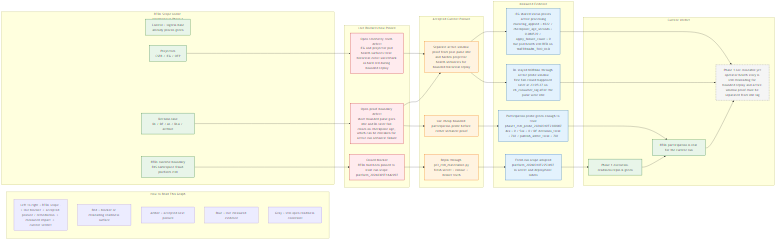
This is docs/design/platform/dev_full/graph/readiness/dev_full_rtdl_readiness_delta_current_v0.mermaid.png from EsosaOrumwese/fraud-detection-system, a Mermaid export, as it was before one commit. Its source is kept beside it as docs/design/platform/dev_full/graph/readiness/dev_full_rtdl_readiness_delta_current_v0.mermaid.mmd.
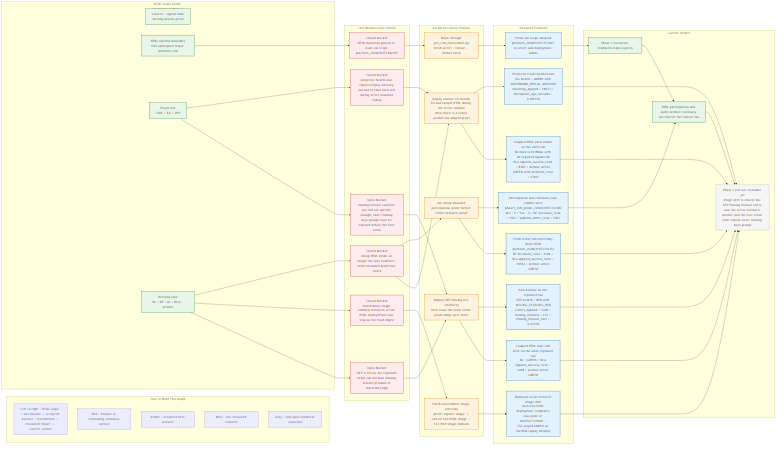
Later version of the same file.

Commit message:
Stabilize RTDL repins and expose OFP missing keys

The edit, as a diff of the source:
```diff
@@ -22,47 +22,70 @@
 
   subgraph BLOCKERS["Live Blockers Now Pinned"]
     B1["Closed blocker<br>RTDL had been pinned to stale run scope platform_20260309T164209Z"]
-    B2["Open telemetry-truth defect<br>IEG and projector pod health surfaces treat historical event watermark as hard red during bounded replay"]
-    B3["Open proof-boundary defect<br>short bounded pulse goes idle and DL later fail-closes on checkpoint age, which can be mistaken for active-run semantic failure"]
+    B2["Closed blocker<br>projector health now reports replay advisory instead of false hard red during active bounded replay"]
+    B3["Closed blocker<br>cheap RTDL probe no longer the only evidence; richer bounded proof now exists"]
+    B4["Closed blocker<br>materializer image rollback removed; active RTDL deployments now stay on the fixed digest"]
+    B5["Open blocker<br>OFP is red on the repinned richer run because missing feature pressure is materially high"]
+    B6["Open blocker<br>missing-feature counters are still not specific enough; exact missing keys/groups must be exposed before the next rerun"]
   end
 
   subgraph POSTURE["Accepted Current Posture"]
     P1["Repin through pr3_rtdl_materialize.py<br>fresh secret + rollout + broker truth"]
     P2["Use cheap bounded participation probe before richer semantic proof"]
-    P3["Separate active-window proof from post-pulse idle<br>and harden projector health semantics for bounded historical replay"]
+    P3["Deploy narrow IEG health fix and sample RTDL during the active window<br>then move to a richer production-shaped proof"]
+    P4["Patch materializer image selection<br>prefer explicit image -> current live RTDL image -> ECS WSP image fallback"]
+    P5["Deploy OFP missing-key telemetry<br>then rerun the same richer proof shape once more"]
   end
 
   subgraph EVIDENCE["Measured Evidence"]
     E1["Fresh run scope adopted<br>platform_20260310T225349Z in secret and deployment labels"]
-    E2["Participation probe green enough to trust<br>phase1_rtdl_probe_20260310T230000Z<br>4xx = 0 / 5xx = 0 / DF decisions_total = 702 / publish_admit_total = 702"]
-    E3["IEG shared status proves active processing<br>mutating_applied = 6922 / checkpoint_age_seconds = 0.080539 / apply_failure_count = 0<br>but pod health still RED on WATERMARK_TOO_OLD"]
-    E4["DL stayed NORMAL through active probe window<br>first fail-closed happened later at 23:05:27 on eb_consumer_lag after the pulse went idle"]
+    E2["Participation and continuity now visible twice<br>phase1_rtdl_probe_20260310T231740Z<br>4xx = 0 / 5xx = 0 / DF decisions_total = 5422 / publish_admit_total = 5422"]
+    E3["Projector truth repaired live<br>IEG health = AMBER with WATERMARK_REPLAY_ADVISORY<br>mutating_applied = 18253 / checkpoint_age_seconds = 0.091156"]
+    E4["Coupled RTDL path visible on the same run<br>DL back to NORMAL with all required signals OK<br>DLA append_success_total = 8182 / archive writer GREEN with archived_total = 17417"]
+    E5["Fresh richer run materially drove RTDL<br>platform_20260310T232635Z<br>DF decisions_total = 3106 / DLA append_success_total = 10543 / archive writer GREEN"]
+    E6["Repinned rerun removed image drift<br>all active RTDL deployment templates now point at sha256:7ccddd2...<br>IEG stayed AMBER on truthful replay advisory"]
+    E7["New blocker on the repinned run<br>OFP health = RED with MISSING_FEATURES_RED<br>events_applied = 5208 / missing_features = 152 / missing_feature_rate = 0.02918"]
+    E8["Coupled RTDL lane still alive on the same repinned run<br>DL = GREEN / DLA append_success_total = 2494 / archive writer GREEN"]
   end
 
   subgraph VERDICT["Current Verdict"]
     V1["Phase 1 execution-readiness repin is green"]
-    V2["RTDL participation is real for the current run"]
-    V3["Phase 1 not closeable yet<br>operator health story is still misleading for bounded replay and active-window proof must be separated from idle lag"]
+    V2["RTDL participation and audit/archive continuity are real for the current run"]
+    V3["Phase 1 still not closeable yet<br>image-drift is closed, but OFP missing-feature red is now the active semantic blocker and the next rerun must expose exact missing keys/groups"]
   end
 
   C1 --> B1
   C2 --> B2
   C3 --> B3
+  C3 --> B4
+  C3 --> B5
+  C2 --> B6
 
   B1 --> P1
   B2 --> P3
   B3 --> P2
   B3 --> P3
+  B4 --> P4
+  B5 --> P5
+  B6 --> P5
 
   P1 --> E1
   P2 --> E2
   P3 --> E3
   P3 --> E4
+  P2 --> E5
+  P4 --> E6
+  P5 --> E7
+  P5 --> E8
 
   E1 --> V1
   E2 --> V2
   E3 --> V3
   E4 --> V3
+  E5 --> V3
+  E6 --> V3
+  E7 --> V3
+  E8 --> V3
   V1 --> V2
   V2 --> V3
 
@@ -73,8 +96,9 @@
   classDef caveat fill:#f5f5f5,stroke:#616161,color:#111,stroke-dasharray: 5 3;
 
   class C0,C1,C2,C3 comp;
-  class B1,B2,B3 defect;
-  class P1,P2,P3 fix;
-  class E1,E2,E3,E4 metric;
+  class B1,B2,B3,B4 defect;
+  class B5,B6 defect;
+  class P1,P2,P3,P4,P5 fix;
+  class E1,E2,E3,E4,E5,E6,E7,E8 metric;
   class V1,V2 comp;
   class V3 caveat;
```
